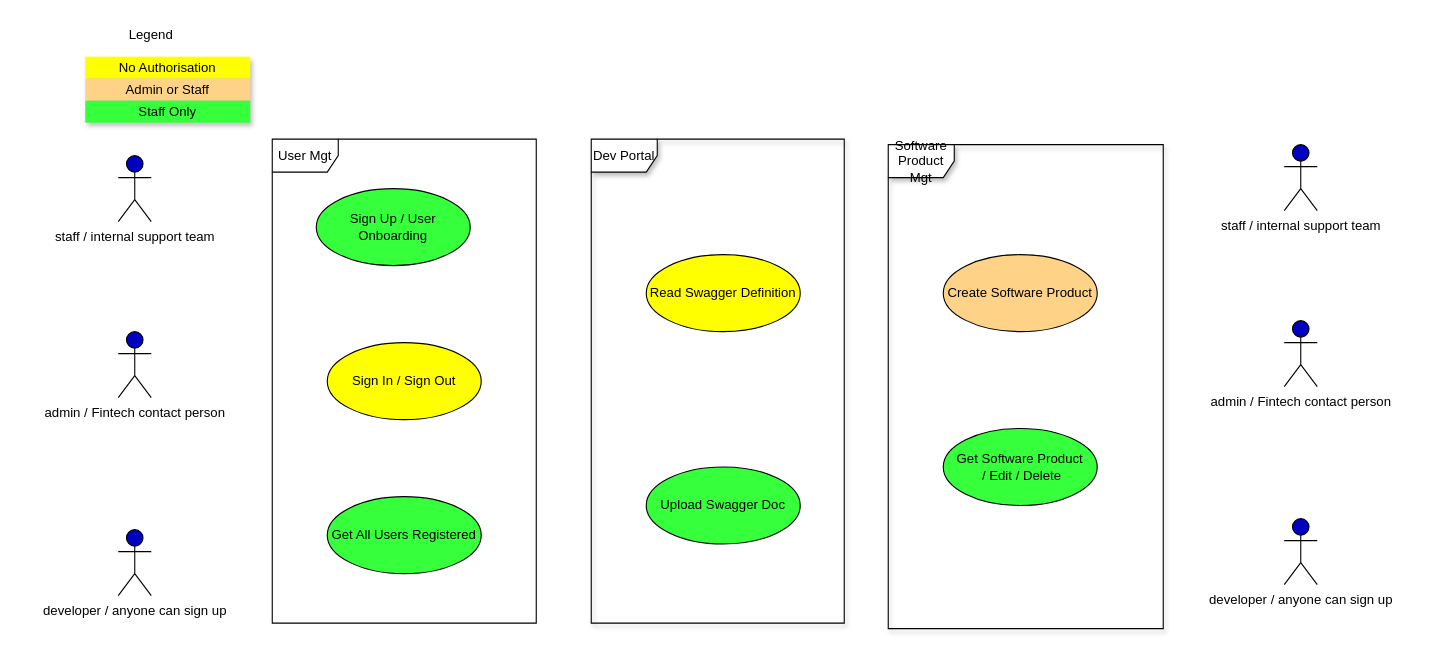
Before: Untitled Diagram.drawio in JoyceZ-collabZone/buildAndDeployMyCapstoneProject, a draw.io diagram. Source tidied: cells renumbered, new cells numbered last; positions are measured from the earlier drawing's top-left corner, leaving out a move shared by most shapes. Both pictures are drawn from the tidied source at 110%, with x=0, y=0 at pixel (85, 23). Pictures stored in the file or linked from it are replaced by grey dashed boxes.
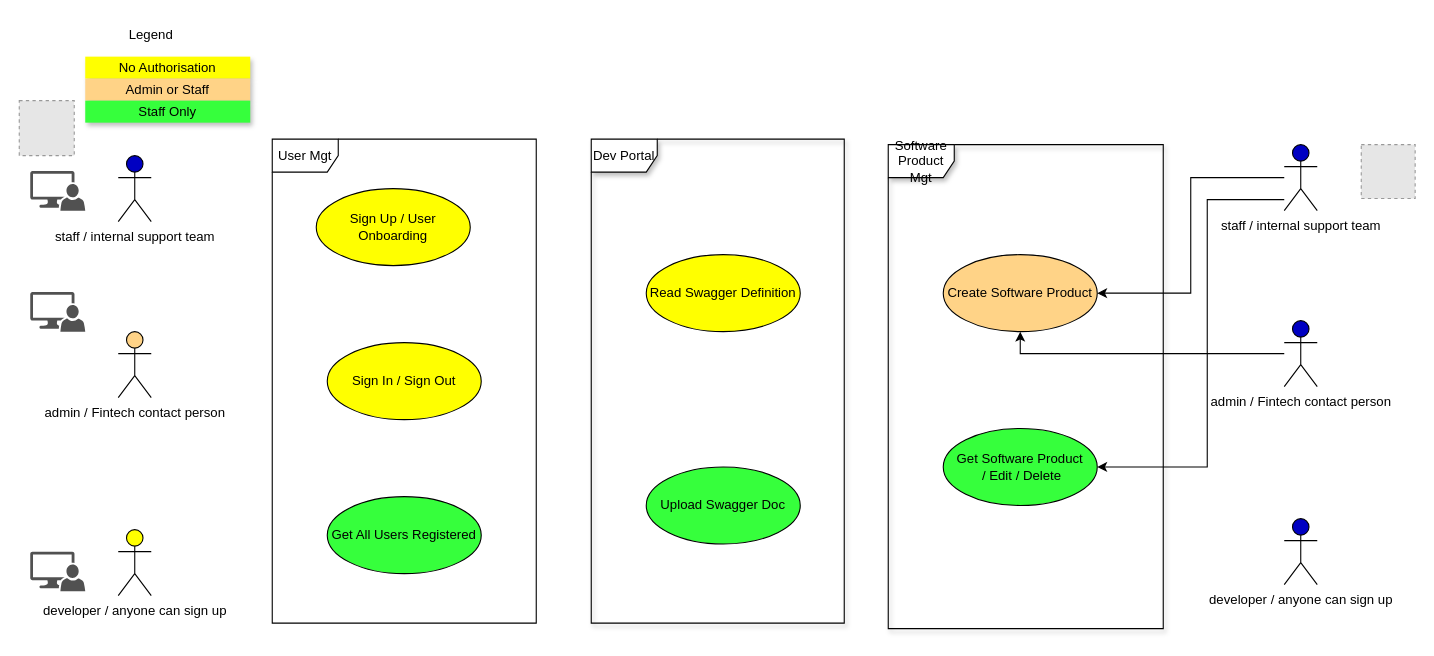
After the change.

Unchanged cells that the change refers to:
```xml
<mxCell id="10" value="Create Software Product" style="ellipse;whiteSpace=wrap;html=1;fillColor=#FFD387;" parent="1" vertex="1">
  <mxGeometry x="780" y="210" width="140" height="70" as="geometry" />
</mxCell>
<mxCell id="11" value="Get Software Product&lt;br&gt;&amp;nbsp;/ Edit / Delete" style="ellipse;whiteSpace=wrap;html=1;fillColor=#36FF3C;" parent="1" vertex="1">
  <mxGeometry x="780" y="368" width="140" height="70" as="geometry" />
</mxCell>
<mxCell id="15" value="staff / internal support team" style="shape=umlActor;verticalLabelPosition=bottom;verticalAlign=top;html=1;fillColor=#0000C2;" parent="1" vertex="1">
  <mxGeometry x="1090" y="110" width="30" height="60" as="geometry" />
</mxCell>
<mxCell id="16" value="admin / Fintech contact person" style="shape=umlActor;verticalLabelPosition=bottom;verticalAlign=top;html=1;fillColor=#0000C2;" parent="1" vertex="1">
  <mxGeometry x="1090" y="270" width="30" height="60" as="geometry" />
</mxCell>
```

The edit, as a diff of the source:
```diff
@@
-    <mxCell id="6" value="admin / Fintech contact person" style="shape=umlActor;verticalLabelPosition=bottom;verticalAlign=top;html=1;fillColor=#0000C2;" parent="1" vertex="1">
+    <mxCell id="6" value="admin / Fintech contact person" style="shape=umlActor;verticalLabelPosition=bottom;verticalAlign=top;html=1;fillColor=#FFD387;" parent="1" vertex="1">
       <mxGeometry x="30" y="280" width="30" height="60" as="geometry" />
     </mxCell>
-    <mxCell id="7" value="developer / anyone can sign up" style="shape=umlActor;verticalLabelPosition=bottom;verticalAlign=top;html=1;fillColor=#0000C2;" parent="1" vertex="1">
+    <mxCell id="7" value="developer / anyone can sign up" style="shape=umlActor;verticalLabelPosition=bottom;verticalAlign=top;html=1;fillColor=#FFFF00;" parent="1" vertex="1">
       <mxGeometry x="30" y="460" width="30" height="60" as="geometry" />
     </mxCell>
@@
-    <mxCell id="9" value="Sign Up / User Onboarding" style="ellipse;whiteSpace=wrap;html=1;fillColor=#36FF3C;" parent="1" vertex="1">
+    <mxCell id="9" value="Sign Up / User Onboarding" style="ellipse;whiteSpace=wrap;html=1;fillColor=#FFFF00;" parent="1" vertex="1">
       <mxGeometry x="210" y="150" width="140" height="70" as="geometry" />
     </mxCell>
@@
+    <mxCell id="22" style="edgeStyle=orthogonalEdgeStyle;rounded=0;jettySize=auto;html=1;entryX=1;entryY=0.5;entryDx=0;entryDy=0;" parent="1" edge="1" source="15" target="10">
+      <mxGeometry relative="1" as="geometry" />
+    </mxCell>
+    <mxCell id="23" style="edgeStyle=orthogonalEdgeStyle;rounded=0;jettySize=auto;html=1;entryX=1;entryY=0.5;entryDx=0;entryDy=0;" parent="1" edge="1" source="15" target="11">
+      <mxGeometry relative="1" as="geometry">
+        <Array as="points">
+          <mxPoint x="1020" y="160" />
+          <mxPoint x="1020" y="403" />
+        </Array>
+      </mxGeometry>
+    </mxCell>
@@
+    <mxCell id="24" style="edgeStyle=orthogonalEdgeStyle;rounded=0;jettySize=auto;html=1;entryX=0.5;entryY=1;entryDx=0;entryDy=0;" parent="1" edge="1" source="16" target="10">
+      <mxGeometry relative="1" as="geometry" />
+    </mxCell>
@@
+    <mxCell id="25" style="fillColor=#E6E6E6;strokeColor=#999999;dashed=1;html=1;verticalAlign=top;verticalLabelPosition=bottom;labelBackgroundColor=#ffffff;" parent="1" vertex="1">
+      <mxGeometry x="-60" y="70" width="50" height="50" as="geometry" />
+    </mxCell>
+    <mxCell id="26" style="fillColor=#E6E6E6;strokeColor=#999999;dashed=1;html=1;verticalAlign=top;verticalLabelPosition=bottom;labelBackgroundColor=#ffffff;" parent="1" vertex="1">
+      <mxGeometry x="1160" y="110" width="49" height="49" as="geometry" />
+    </mxCell>
+    <mxCell id="27" style="shadow=0;dashed=0;html=1;strokeColor=none;labelPosition=center;verticalLabelPosition=bottom;verticalAlign=top;align=center;fillColor=#515151;shape=mxgraph.mscae.system_center.admin_console;" parent="1" vertex="1">
+      <mxGeometry x="-50" y="244" width="50" height="36" as="geometry" />
+    </mxCell>
+    <mxCell id="28" style="shadow=0;dashed=0;html=1;strokeColor=none;labelPosition=center;verticalLabelPosition=bottom;verticalAlign=top;align=center;fillColor=#515151;shape=mxgraph.mscae.system_center.admin_console;" parent="1" vertex="1">
+      <mxGeometry x="-50" y="480" width="50" height="36" as="geometry" />
+    </mxCell>
+    <mxCell id="29" style="shadow=0;dashed=0;html=1;strokeColor=none;labelPosition=center;verticalLabelPosition=bottom;verticalAlign=top;align=center;fillColor=#515151;shape=mxgraph.mscae.system_center.admin_console;" parent="1" vertex="1">
+      <mxGeometry x="-50" y="134" width="50" height="36" as="geometry" />
+    </mxCell>
```
